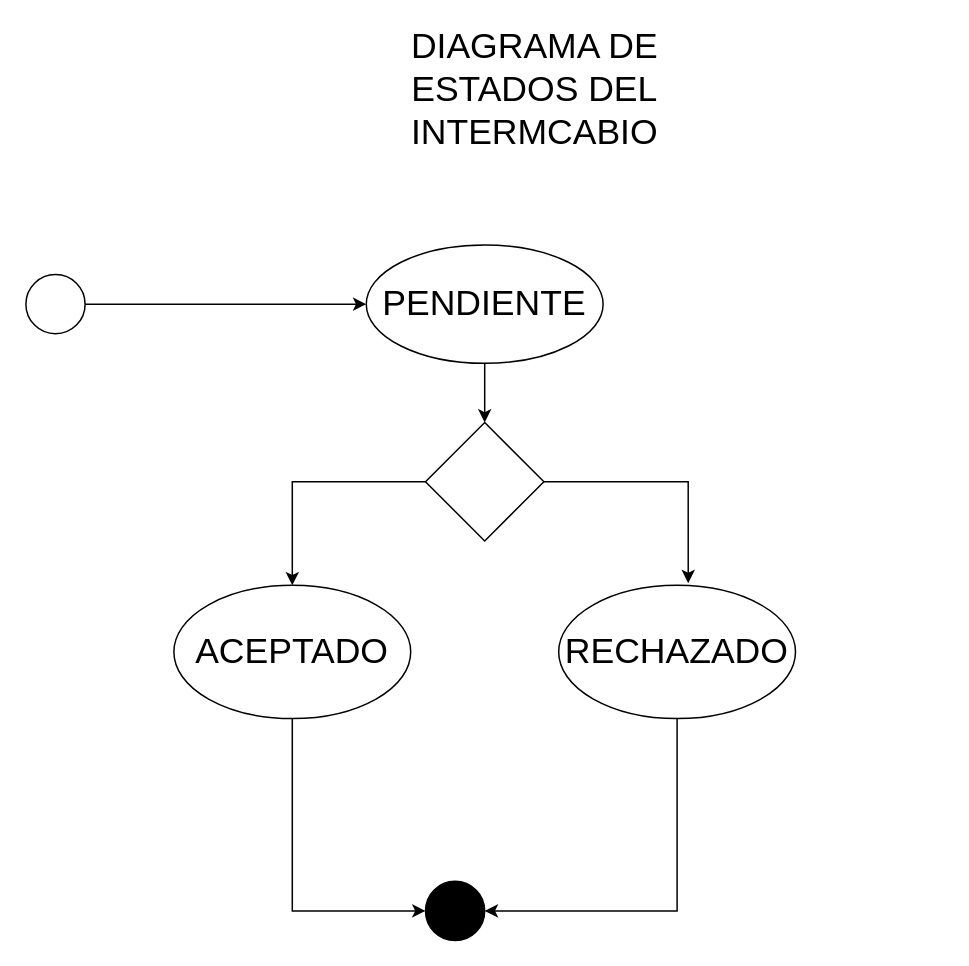
This is DOCUMENTACIÓN/Diagrama de Estados de Intercambio.drawio from RmtaDev/portalento, a draw.io file, before an edit. Source tidied: cells renumbered, new cells numbered last; positions are measured from the earlier drawing's top-left corner, leaving out a move shared by most shapes. Both pictures are drawn from the tidied source at 148%, with x=0, y=0 at pixel (25, 67).
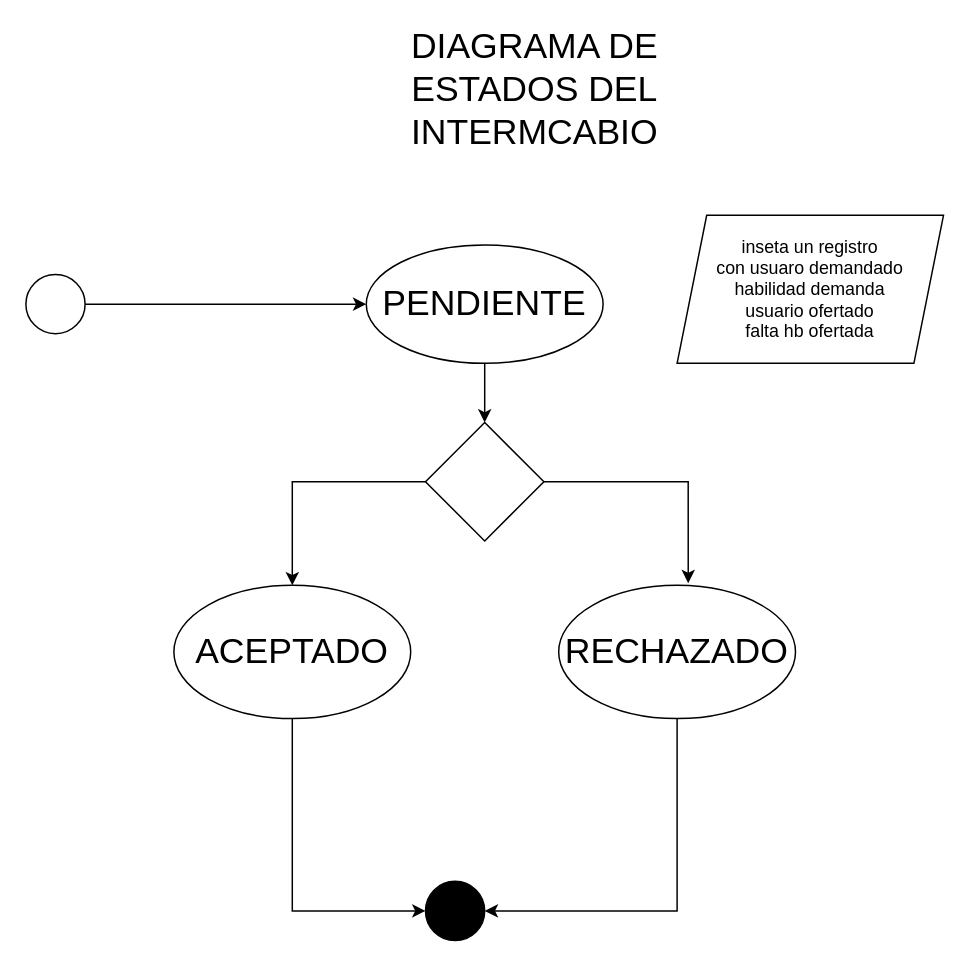
Above is the later version.

What changed in the source:
```diff
@@
 <mxGraphModel>
   <root>
     <mxCell id="0" />
     <mxCell id="1" parent="0" />
     <mxCell id="2" value="&lt;font style=&quot;font-size: 24px;&quot;&gt;DIAGRAMA DE ESTADOS DEL INTERMCABIO&lt;/font&gt;" style="text;html=1;align=center;verticalAlign=middle;whiteSpace=wrap;rounded=0;" parent="1" vertex="1">
       <mxGeometry x="229" width="230" height="30" as="geometry" />
     </mxCell>
     <mxCell id="3" style="edgeStyle=orthogonalEdgeStyle;rounded=0;jettySize=auto;html=1;entryX=0;entryY=0.5;entryDx=0;entryDy=0;" parent="1" edge="1" source="4" target="7">
       <mxGeometry relative="1" as="geometry" />
     </mxCell>
     <mxCell id="4" style="ellipse;whiteSpace=wrap;html=1;" parent="1" vertex="1">
       <mxGeometry y="140" width="40" height="40" as="geometry" />
     </mxCell>
     <mxCell id="5" style="ellipse;whiteSpace=wrap;html=1;fillColor=#000000;" parent="1" vertex="1">
       <mxGeometry x="270" y="550" width="40" height="40" as="geometry" />
     </mxCell>
     <mxCell id="6" style="edgeStyle=orthogonalEdgeStyle;rounded=0;jettySize=auto;html=1;entryX=0.5;entryY=0;entryDx=0;entryDy=0;" parent="1" edge="1" source="7" target="13">
       <mxGeometry relative="1" as="geometry" />
     </mxCell>
     <mxCell id="7" value="&lt;font style=&quot;font-size: 24px;&quot;&gt;PENDIENTE&lt;/font&gt;" style="ellipse;whiteSpace=wrap;html=1;" parent="1" vertex="1">
       <mxGeometry x="230" y="120" width="160" height="80" as="geometry" />
     </mxCell>
     <mxCell id="8" value="&lt;font style=&quot;font-size: 24px;&quot;&gt;ACEPTADO&lt;/font&gt;" style="ellipse;whiteSpace=wrap;html=1;" parent="1" vertex="1">
       <mxGeometry x="100" y="350" width="160" height="90" as="geometry" />
     </mxCell>
     <mxCell id="9" style="edgeStyle=orthogonalEdgeStyle;rounded=0;jettySize=auto;html=1;entryX=1;entryY=0.5;entryDx=0;entryDy=0;exitX=0.5;exitY=1;exitDx=0;exitDy=0;" parent="1" edge="1" source="10" target="5">
       <mxGeometry relative="1" as="geometry" />
     </mxCell>
     <mxCell id="10" value="&lt;font style=&quot;font-size: 24px;&quot;&gt;RECHAZADO&lt;/font&gt;" style="ellipse;whiteSpace=wrap;html=1;" parent="1" vertex="1">
       <mxGeometry x="360" y="350" width="160" height="90" as="geometry" />
     </mxCell>
     <mxCell id="11" style="edgeStyle=orthogonalEdgeStyle;rounded=0;jettySize=auto;html=1;entryX=0;entryY=0.5;entryDx=0;entryDy=0;exitX=0.5;exitY=1;exitDx=0;exitDy=0;" parent="1" edge="1" source="8" target="5">
       <mxGeometry relative="1" as="geometry" />
     </mxCell>
     <mxCell id="12" style="edgeStyle=orthogonalEdgeStyle;rounded=0;jettySize=auto;html=1;entryX=0.5;entryY=0;entryDx=0;entryDy=0;" parent="1" edge="1" source="13" target="8">
       <mxGeometry relative="1" as="geometry" />
     </mxCell>
     <mxCell id="13" style="rhombus;whiteSpace=wrap;html=1;" parent="1" vertex="1">
       <mxGeometry x="270" y="240" width="80" height="80" as="geometry" />
     </mxCell>
     <mxCell id="14" style="edgeStyle=orthogonalEdgeStyle;rounded=0;jettySize=auto;html=1;entryX=0.547;entryY=-0.016;entryDx=0;entryDy=0;entryPerimeter=0;" parent="1" edge="1" source="13" target="10">
       <mxGeometry relative="1" as="geometry" />
     </mxCell>
+    <mxCell id="15" value="inseta un registro&lt;div&gt;con usuaro demandado&lt;/div&gt;&lt;div&gt;habilidad demanda&lt;/div&gt;&lt;div&gt;usuario ofertado&lt;/div&gt;&lt;div&gt;falta hb ofertada&lt;/div&gt;" style="shape=parallelogram;perimeter=parallelogramPerimeter;whiteSpace=wrap;html=1;fixedSize=1;" parent="1" vertex="1">
+      <mxGeometry x="440" y="100" width="180" height="100" as="geometry" />
+    </mxCell>
   </root>
 </mxGraphModel>
```
